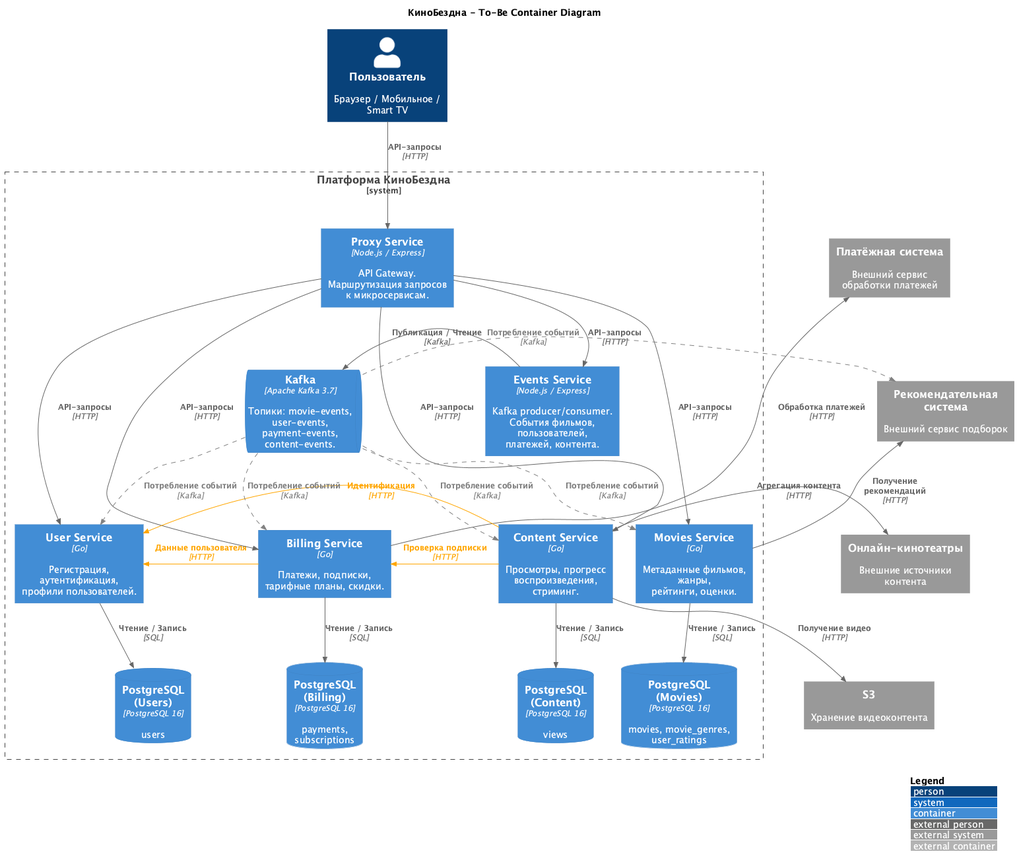
This is docs/c4-container-diagram.png from SiritosKon/architecture-cinemaabyss, a PlantUML export, as it was before one commit.
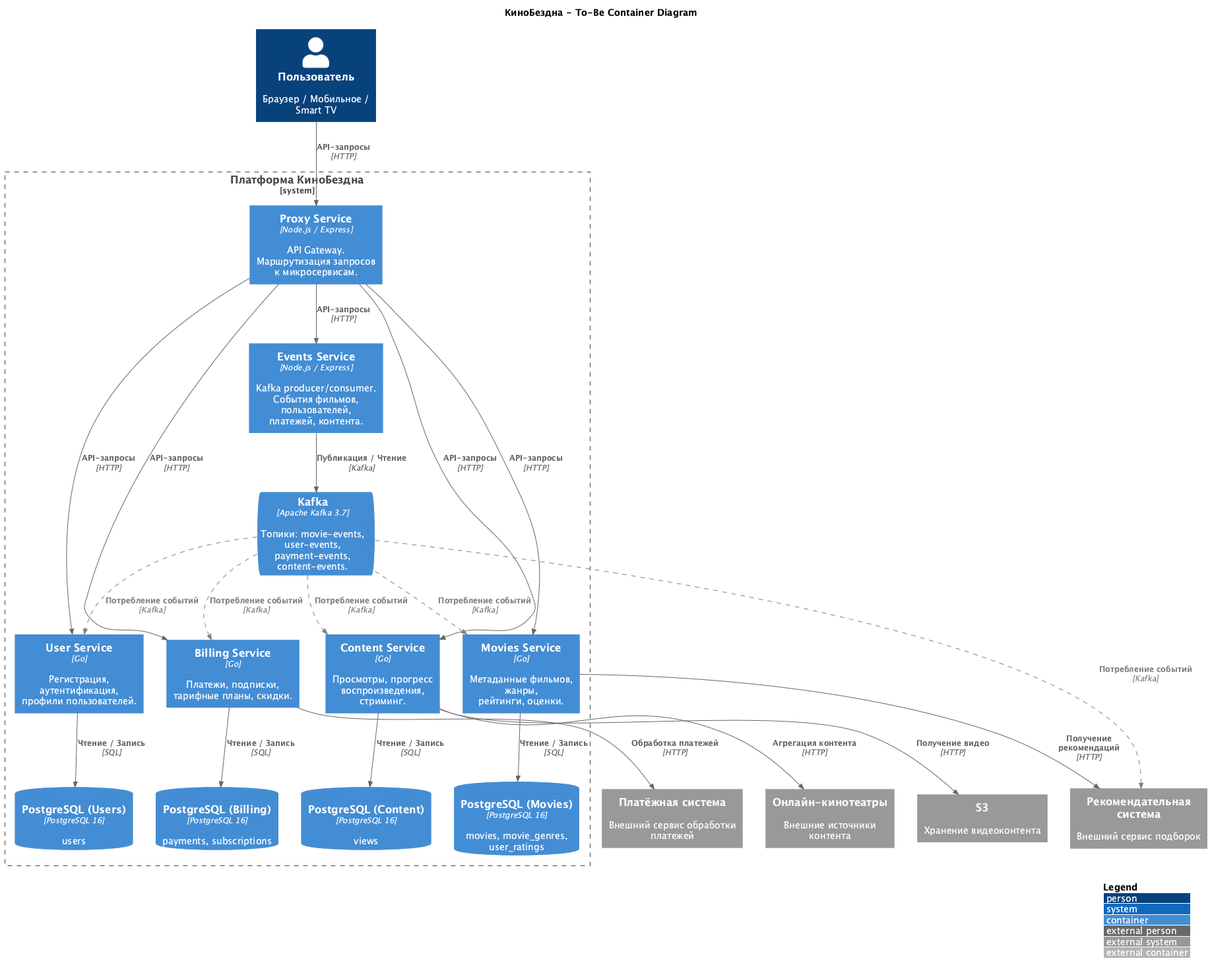
The same diagram one commit later.

Commit message:
fix: remove inter-service arrows, clean up diagram layout

Diff of the diagram source:
```diff
@@ -5,20 +5,15 @@
 LAYOUT_TOP_DOWN()
 
 AddRelTag("future", $lineStyle = DashedLine(), $lineColor = "gray", $textColor = "gray")
-AddRelTag("interservice", $lineColor = "orange", $textColor = "orange")
 
 title КиноБездна - To-Be Container Diagram
 
 Person(user, "Пользователь", "Браузер / Мобильное / Smart TV")
 
-System_Ext(payment, "Платёжная система", "Внешний сервис\nобработки платежей")
+System_Ext(payment, "Платёжная система", "Внешний сервис обработки платежей")
 System_Ext(recsys, "Рекомендательная система", "Внешний сервис подборок")
 System_Ext(cinemas, "Онлайн-кинотеатры", "Внешние источники контента")
 System_Ext(s3, "S3", "Хранение видеоконтента")
-
-Lay_D(payment, recsys)
-Lay_D(recsys, cinemas)
-Lay_D(cinemas, s3)
 
 System_Boundary(platform, "Платформа КиноБездна") {
 
@@ -32,19 +27,11 @@
     Container(events, "Events Service", "Node.js / Express", "Kafka producer/consumer.\nСобытия фильмов, пользователей,\nплатежей, контента.")
     ContainerQueue(kafka, "Kafka", "Apache Kafka 3.7", "Топики: movie-events,\nuser-events, payment-events,\ncontent-events.")
 
-    ContainerDb(postgres_users, "PostgreSQL\n(Users)", "PostgreSQL 16", "users")
-    ContainerDb(postgres_billing, "PostgreSQL\n(Billing)", "PostgreSQL 16", "payments,\nsubscriptions")
-    ContainerDb(postgres_content, "PostgreSQL\n(Content)", "PostgreSQL 16", "views")
-    ContainerDb(postgres_movies, "PostgreSQL\n(Movies)", "PostgreSQL 16", "movies, movie_genres,\nuser_ratings")
+    ContainerDb(postgres_users, "PostgreSQL (Users)", "PostgreSQL 16", "users")
+    ContainerDb(postgres_billing, "PostgreSQL (Billing)", "PostgreSQL 16", "payments, subscriptions")
+    ContainerDb(postgres_content, "PostgreSQL (Content)", "PostgreSQL 16", "views")
+    ContainerDb(postgres_movies, "PostgreSQL (Movies)", "PostgreSQL 16", "movies, movie_genres,\nuser_ratings")
 }
-
-Lay_R(users_svc, billing)
-Lay_R(billing, content)
-Lay_R(content, movies)
-
-Lay_R(postgres_users, postgres_billing)
-Lay_R(postgres_billing, postgres_content)
-Lay_R(postgres_content, postgres_movies)
 
 Rel_D(user, proxy, "API-запросы", "HTTP")
 
@@ -59,16 +46,12 @@
 Rel_D(content, postgres_content, "Чтение / Запись", "SQL")
 Rel_D(movies, postgres_movies, "Чтение / Запись", "SQL")
 
-Rel_R(events, kafka, "Публикация / Чтение", "Kafka")
+Rel_D(events, kafka, "Публикация / Чтение", "Kafka")
 
-Rel_L(billing, payment, "Обработка платежей", "HTTP")
-Rel_L(movies, recsys, "Получение рекомендаций", "HTTP")
-Rel_L(content, cinemas, "Агрегация контента", "HTTP")
-Rel_L(content, s3, "Получение видео", "HTTP")
-
-Rel_L(content, billing, "Проверка подписки", "HTTP", $tags="interservice")
-Rel_L(billing, users_svc, "Данные пользователя", "HTTP", $tags="interservice")
-Rel_L(content, users_svc, "Идентификация", "HTTP", $tags="interservice")
+Rel(billing, payment, "Обработка платежей", "HTTP")
+Rel(movies, recsys, "Получение рекомендаций", "HTTP")
+Rel(content, cinemas, "Агрегация контента", "HTTP")
+Rel(content, s3, "Получение видео", "HTTP")
 
 Rel(kafka, users_svc, "Потребление событий", "Kafka", $tags="future")
 Rel(kafka, billing, "Потребление событий", "Kafka", $tags="future")
```
